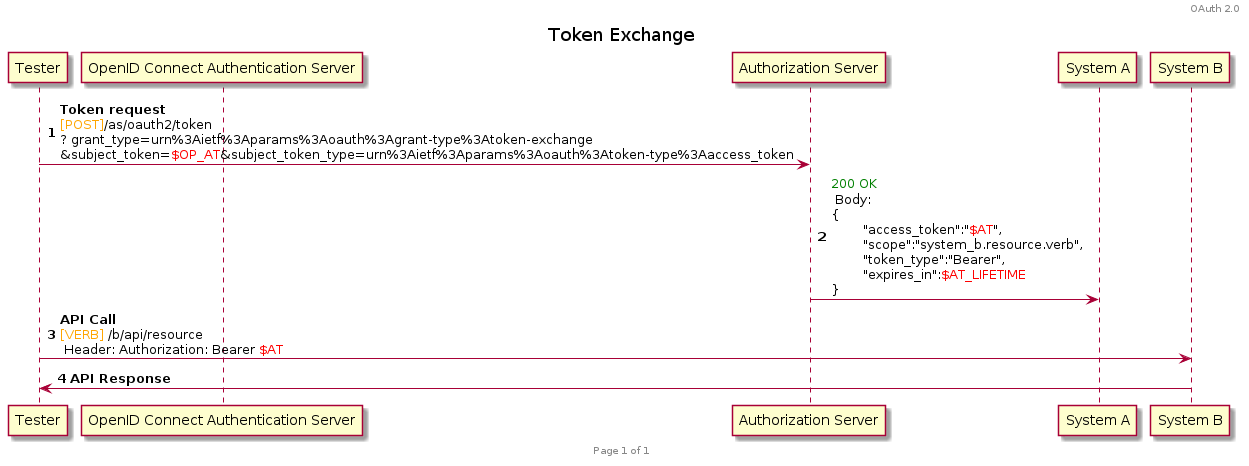
Before: plantuml/oauth2/token_exchange_system_impersonation.png, a diagram exported from PlantUML (HenriLefevrePro/Articles).
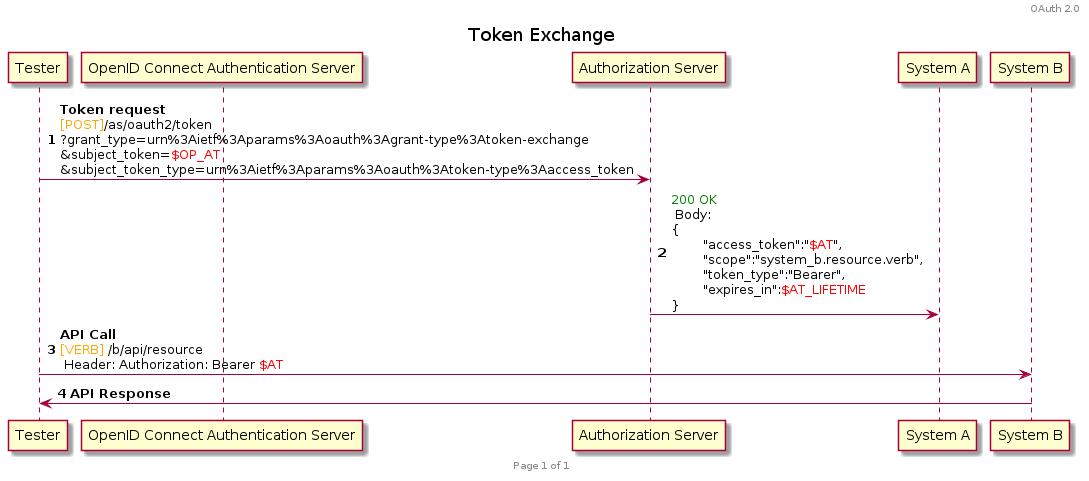
After the change.

Commit message:
[GitHub Actions] Generate PNG images for PlantUML diagrams

Diff of the diagram source:
```diff
@@ -12,7 +12,7 @@
 participant A as "System A"
 participant B as "System B"
 
-T -> Auth : **Token request**\n<font color=orange>[POST]</font>/as/oauth2/token\n? grant_type=urn%3Aietf%3Aparams%3Aoauth%3Agrant-type%3Atoken-exchange\n&subject_token=<font color=red>$OP_AT</font>&subject_token_type=urn%3Aietf%3Aparams%3Aoauth%3Atoken-type%3Aaccess_token
+T -> Auth : **Token request**\n<font color=orange>[POST]</font>/as/oauth2/token\n?grant_type=urn%3Aietf%3Aparams%3Aoauth%3Agrant-type%3Atoken-exchange\n&subject_token=<font color=red>$OP_AT</font>\n&subject_token_type=urn%3Aietf%3Aparams%3Aoauth%3Atoken-type%3Aaccess_token
 Auth -> A : <font color=green>200 OK</font> \n Body: \n{\n\t"access_token":"<font color=red>$AT</font>",\n\t"scope":"system_b.resource.verb",\n\t"token_type":"Bearer",\n\t"expires_in":<font color=red>$AT_LIFETIME</font>\n}
 
 T -> B : **API Call** \n<font color=orange>[VERB]</font> /b/api/resource\n Header: Authorization: Bearer <font color=red>$AT</font>
```
